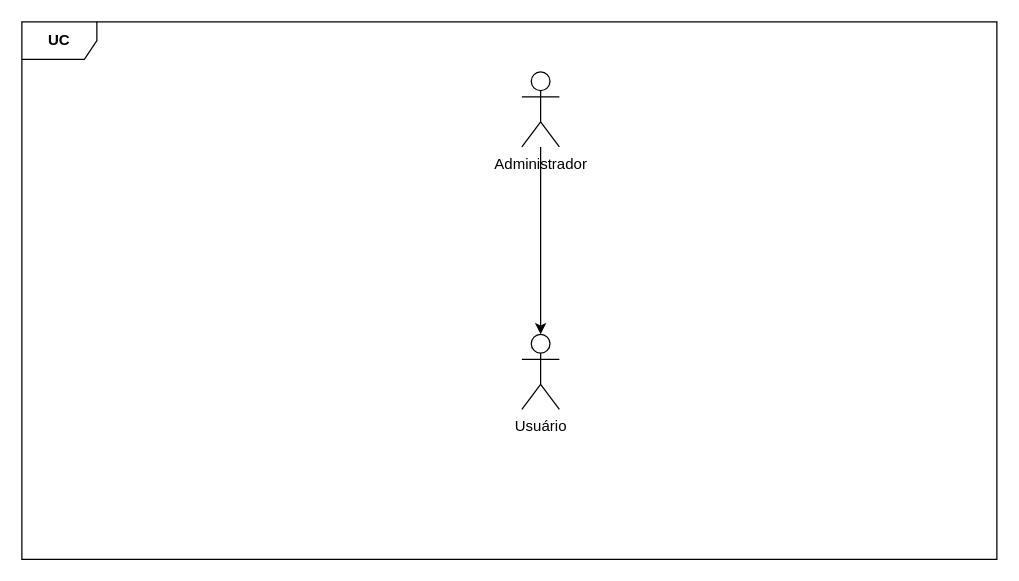
kaiohenricunha/UML keeps this draw.io diagram as use-case-musiverso.drawio. Above is the earlier version. Source tidied: cells renumbered, new cells numbered last; positions are measured from the earlier drawing's top-left corner, leaving out a move shared by most shapes. Both pictures are drawn from the tidied source at 125%, with x=0, y=0 at pixel (21, 21).
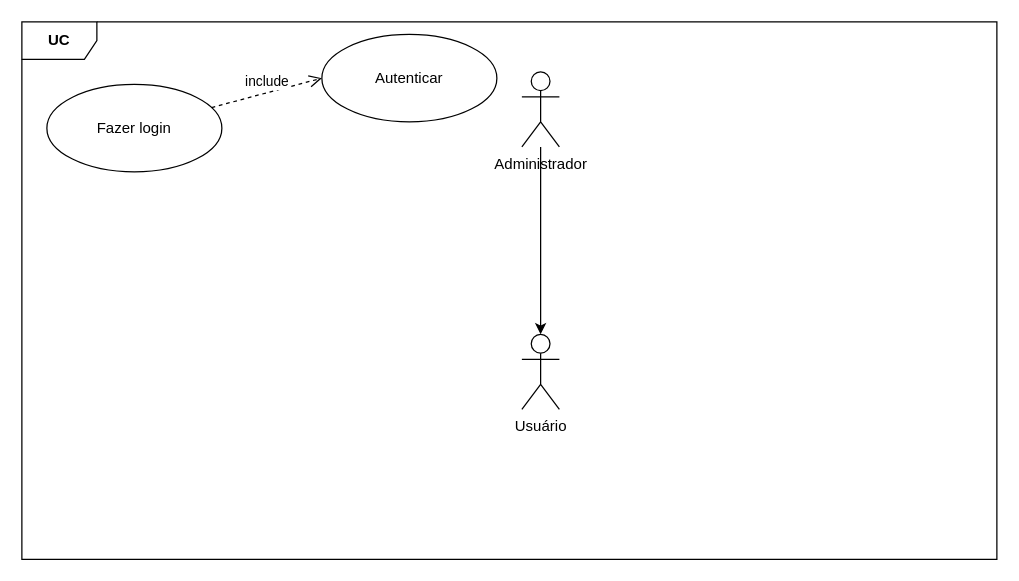
Above is the later version.

The edit, as a diff of the source:
```diff
@@
 <mxGraphModel>
   <root>
     <mxCell id="0" />
     <mxCell id="1" parent="0" />
     <mxCell id="2" value="&lt;b&gt;UC&lt;/b&gt;" style="shape=umlFrame;whiteSpace=wrap;html=1;" parent="1" vertex="1">
       <mxGeometry width="780" height="430" as="geometry" />
     </mxCell>
     <mxCell id="3" style="edgeStyle=orthogonalEdgeStyle;rounded=0;jettySize=auto;html=1;" parent="1" edge="1" source="4" target="5">
       <mxGeometry relative="1" as="geometry" />
     </mxCell>
     <mxCell id="4" value="Administrador&lt;br&gt;" style="shape=umlActor;verticalLabelPosition=bottom;verticalAlign=top;html=1;" parent="1" vertex="1">
       <mxGeometry x="400" y="40" width="30" height="60" as="geometry" />
     </mxCell>
     <mxCell id="5" value="Usuário" style="shape=umlActor;verticalLabelPosition=bottom;verticalAlign=top;html=1;" parent="1" vertex="1">
       <mxGeometry x="400" y="250" width="30" height="60" as="geometry" />
     </mxCell>
+    <mxCell id="6" value="Fazer login" style="ellipse;whiteSpace=wrap;html=1;" parent="1" vertex="1">
+      <mxGeometry x="20" y="50" width="140" height="70" as="geometry" />
+    </mxCell>
+    <mxCell id="7" value="Autenticar" style="ellipse;whiteSpace=wrap;html=1;" parent="1" vertex="1">
+      <mxGeometry x="240" y="10" width="140" height="70" as="geometry" />
+    </mxCell>
+    <mxCell id="8" value="include" style="html=1;verticalAlign=bottom;endArrow=open;dashed=1;endSize=8;entryX=0;entryY=0.5;entryDx=0;entryDy=0;" parent="1" edge="1" source="6" target="7">
+      <mxGeometry relative="1" as="geometry" />
+    </mxCell>
   </root>
 </mxGraphModel>
```
